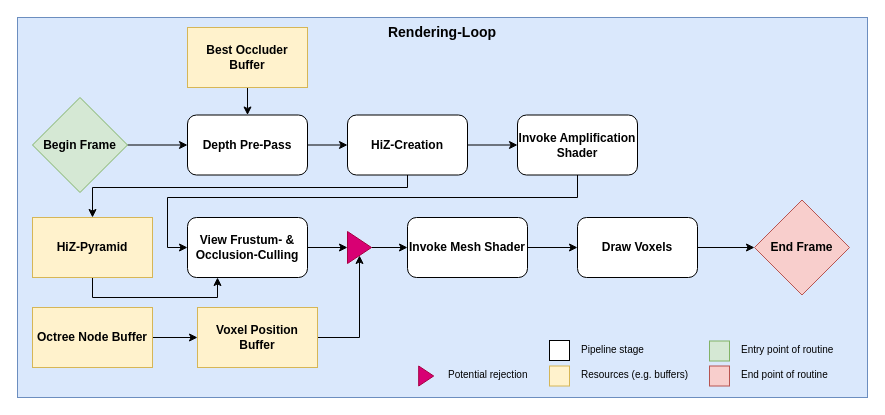
This is page "Rendering-Loop" (2 of 5) of Thesis/images/graphics/MA_Rendering_Pipeline.drawio from FreddyOm/MScThesis, a draw.io file, before an edit. Source tidied: cells renumbered, new cells numbered last; positions are measured from the earlier drawing's top-left corner, leaving out a move shared by most shapes. Both pictures are drawn from the tidied source at 100%, with x=0, y=0 at pixel (17, 17).
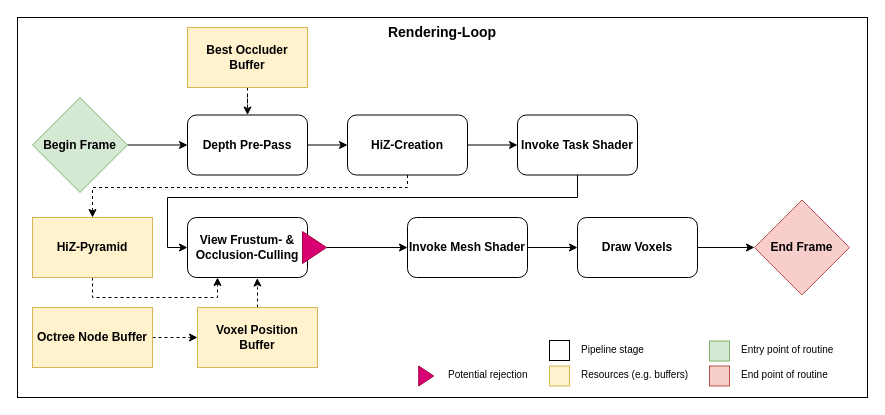
Above is the later version.

The change refers to these unchanged cells:
```xml
<mxCell id="6" value="&lt;font face=&quot;Lexend&quot;&gt;&lt;b&gt;Depth Pre-Pass&lt;/b&gt;&lt;/font&gt;" style="rounded=1;whiteSpace=wrap;html=1;" parent="1" vertex="1">
  <mxGeometry x="170" y="97.5" width="120" height="60" as="geometry" />
</mxCell>
<mxCell id="9" value="&lt;font face=&quot;Lexend&quot;&gt;&lt;b&gt;HiZ-Creation&lt;/b&gt;&lt;/font&gt;" style="rounded=1;whiteSpace=wrap;html=1;" parent="1" vertex="1">
  <mxGeometry x="330" y="97.5" width="120" height="60" as="geometry" />
</mxCell>
<mxCell id="13" value="&lt;font face=&quot;Lexend&quot;&gt;&lt;b&gt;View Frustum- &amp;amp; Occlusion-Culling&lt;/b&gt;&lt;/font&gt;" style="rounded=1;whiteSpace=wrap;html=1;" parent="1" vertex="1">
  <mxGeometry x="170" y="200" width="120" height="60" as="geometry" />
</mxCell>
<mxCell id="20" value="&lt;font face=&quot;Lexend&quot;&gt;&lt;b&gt;Best Occluder Buffer&lt;/b&gt;&lt;/font&gt;" style="rounded=0;whiteSpace=wrap;html=1;fillColor=#fff2cc;strokeColor=#d6b656;" parent="1" vertex="1">
  <mxGeometry x="170" y="10" width="120" height="60" as="geometry" />
</mxCell>
<mxCell id="22" value="&lt;font face=&quot;Lexend&quot;&gt;&lt;b&gt;Octree Node Buffer&lt;/b&gt;&lt;/font&gt;" style="rounded=0;whiteSpace=wrap;html=1;fillColor=#fff2cc;strokeColor=#d6b656;" parent="1" vertex="1">
  <mxGeometry x="15" y="290" width="120" height="60" as="geometry" />
</mxCell>
<mxCell id="24" value="&lt;font face=&quot;Lexend&quot;&gt;&lt;b&gt;Voxel Position Buffer&lt;/b&gt;&lt;/font&gt;" style="rounded=0;whiteSpace=wrap;html=1;fillColor=#fff2cc;strokeColor=#d6b656;" parent="1" vertex="1">
  <mxGeometry x="180" y="290" width="120" height="60" as="geometry" />
</mxCell>
<mxCell id="26" value="&lt;font face=&quot;Lexend&quot;&gt;&lt;b&gt;HiZ-Pyramid&lt;/b&gt;&lt;/font&gt;" style="rounded=0;whiteSpace=wrap;html=1;fillColor=#fff2cc;strokeColor=#d6b656;" parent="1" vertex="1">
  <mxGeometry x="15" y="200" width="120" height="60" as="geometry" />
</mxCell>
```

Change to the diagram source:
```diff
@@
-    <mxCell id="2" value="&lt;b&gt;&lt;font style=&quot;font-size: 14px;&quot; face=&quot;Lexend&quot;&gt;Rendering-Loop&lt;/font&gt;&lt;/b&gt;" style="rounded=0;whiteSpace=wrap;html=1;fillColor=#dae8fc;strokeColor=#6c8ebf;verticalAlign=top;" parent="1" vertex="1">
+    <mxCell id="2" value="&lt;b&gt;&lt;font style=&quot;font-size: 14px;&quot; face=&quot;Lexend&quot;&gt;Rendering-Loop&lt;/font&gt;&lt;/b&gt;" style="rounded=0;whiteSpace=wrap;html=1;verticalAlign=top;" parent="1" vertex="1">
       <mxGeometry width="850" height="380" as="geometry" />
     </mxCell>
@@
-    <mxCell id="8" style="edgeStyle=orthogonalEdgeStyle;rounded=0;jettySize=auto;html=1;entryX=0.5;entryY=0;entryDx=0;entryDy=0;" parent="1" edge="1" source="9" target="26">
+    <mxCell id="8" style="edgeStyle=orthogonalEdgeStyle;rounded=0;jettySize=auto;html=1;entryX=0.5;entryY=0;entryDx=0;entryDy=0;dashed=1;" parent="1" edge="1" source="9" target="26">
       <mxGeometry relative="1" as="geometry">
         <Array as="points">
           <mxPoint x="390" y="170" />
           <mxPoint x="75" y="170" />
         </Array>
       </mxGeometry>
     </mxCell>
@@
-    <mxCell id="11" value="&lt;font face=&quot;Lexend&quot;&gt;&lt;b&gt;Invoke Amplification Shader&lt;/b&gt;&lt;/font&gt;" style="rounded=1;whiteSpace=wrap;html=1;" parent="1" vertex="1">
+    <mxCell id="11" value="&lt;font face=&quot;Lexend&quot;&gt;&lt;b&gt;Invoke Task Shader&lt;/b&gt;&lt;/font&gt;" style="rounded=1;whiteSpace=wrap;html=1;" parent="1" vertex="1">
       <mxGeometry x="500" y="97.5" width="120" height="60" as="geometry" />
     </mxCell>
-    <mxCell id="12" style="edgeStyle=orthogonalEdgeStyle;rounded=0;jettySize=auto;html=1;" parent="1" edge="1" source="13" target="28">
-      <mxGeometry relative="1" as="geometry" />
-    </mxCell>
@@
-    <mxCell id="19" style="edgeStyle=orthogonalEdgeStyle;rounded=0;jettySize=auto;html=1;entryX=0.5;entryY=0;entryDx=0;entryDy=0;" parent="1" edge="1" source="20" target="6">
+    <mxCell id="19" style="edgeStyle=orthogonalEdgeStyle;rounded=0;jettySize=auto;html=1;entryX=0.5;entryY=0;entryDx=0;entryDy=0;dashed=1;" parent="1" edge="1" source="20" target="6">
       <mxGeometry relative="1" as="geometry" />
     </mxCell>
@@
-    <mxCell id="21" style="edgeStyle=orthogonalEdgeStyle;rounded=0;jettySize=auto;html=1;" parent="1" edge="1" source="22" target="24">
+    <mxCell id="21" style="edgeStyle=orthogonalEdgeStyle;rounded=0;jettySize=auto;html=1;dashed=1;" parent="1" edge="1" source="22" target="24">
       <mxGeometry relative="1" as="geometry" />
     </mxCell>
@@
-    <mxCell id="23" style="edgeStyle=orthogonalEdgeStyle;rounded=0;jettySize=auto;html=1;entryX=0.5;entryY=1;entryDx=0;entryDy=0;" parent="1" edge="1" source="24" target="28">
-      <mxGeometry relative="1" as="geometry" />
-    </mxCell>
+    <mxCell id="39" style="edgeStyle=orthogonalEdgeStyle;rounded=0;jettySize=auto;html=1;entryX=0.581;entryY=1.01;entryDx=0;entryDy=0;entryPerimeter=0;dashed=1;" parent="1" edge="1" source="24" target="13">
+      <mxGeometry relative="1" as="geometry" />
+    </mxCell>
@@
-    <mxCell id="25" style="edgeStyle=orthogonalEdgeStyle;rounded=0;jettySize=auto;html=1;" parent="1" edge="1" source="26">
+    <mxCell id="25" style="edgeStyle=orthogonalEdgeStyle;rounded=0;jettySize=auto;html=1;dashed=1;" parent="1" edge="1" source="26">
       <mxGeometry relative="1" as="geometry">
         <mxPoint x="200" y="260" as="targetPoint" />
         <Array as="points">
           <mxPoint x="75" y="280" />
           <mxPoint x="200" y="280" />
           <mxPoint x="200" y="260" />
         </Array>
       </mxGeometry>
     </mxCell>
@@
     <mxCell id="28" style="triangle;whiteSpace=wrap;html=1;fillColor=#d80073;fontColor=#ffffff;strokeColor=#A50040;" parent="1" vertex="1">
-      <mxGeometry x="330" y="214" width="24" height="32" as="geometry" />
+      <mxGeometry x="285" y="214" width="24" height="32" as="geometry" />
     </mxCell>
```
